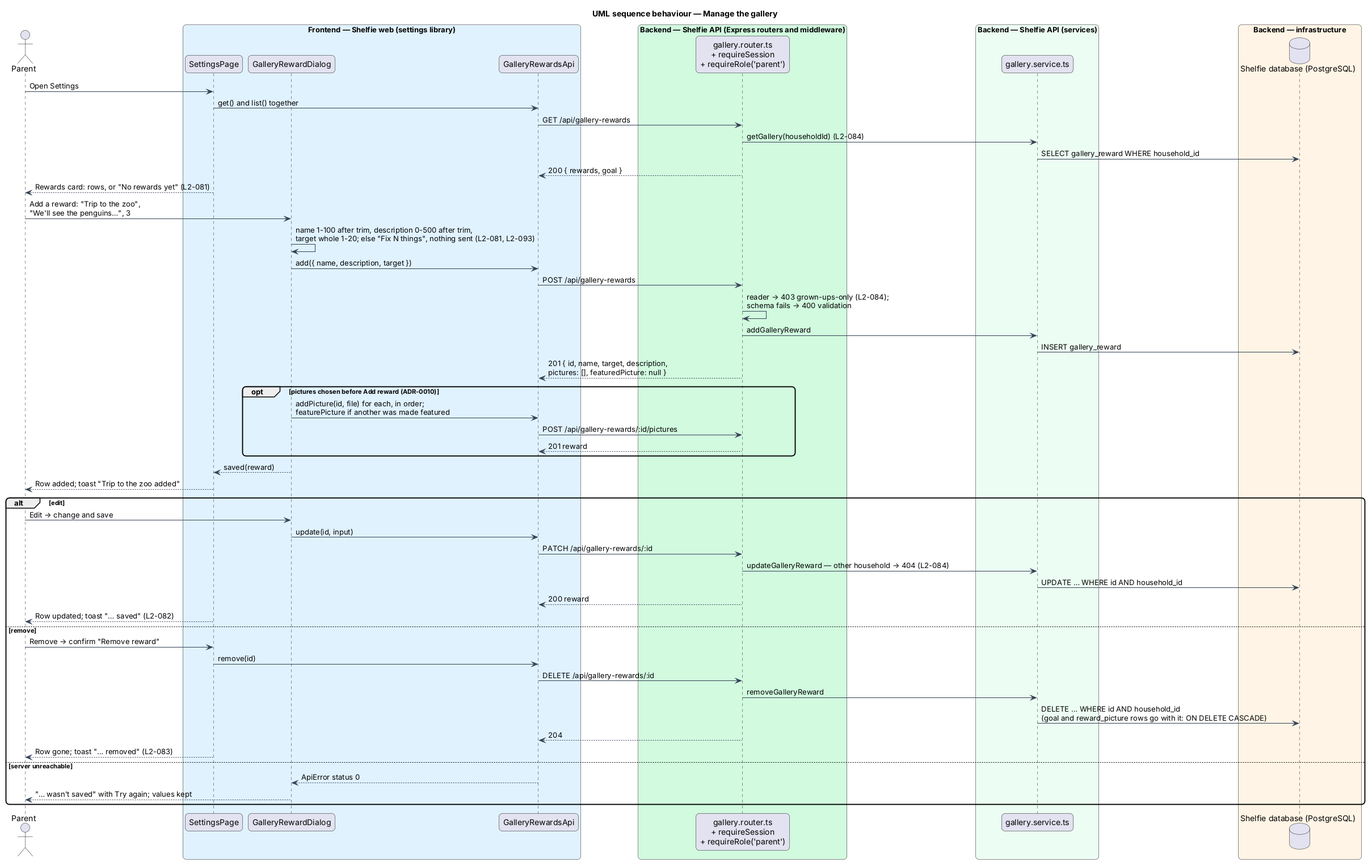
QuinntyneBrown/shelfie keeps this PlantUML diagram as docs/detailed-designs/review/reward-gallery/diagrams/sequence-manage-gallery.png. Above is the earlier version.
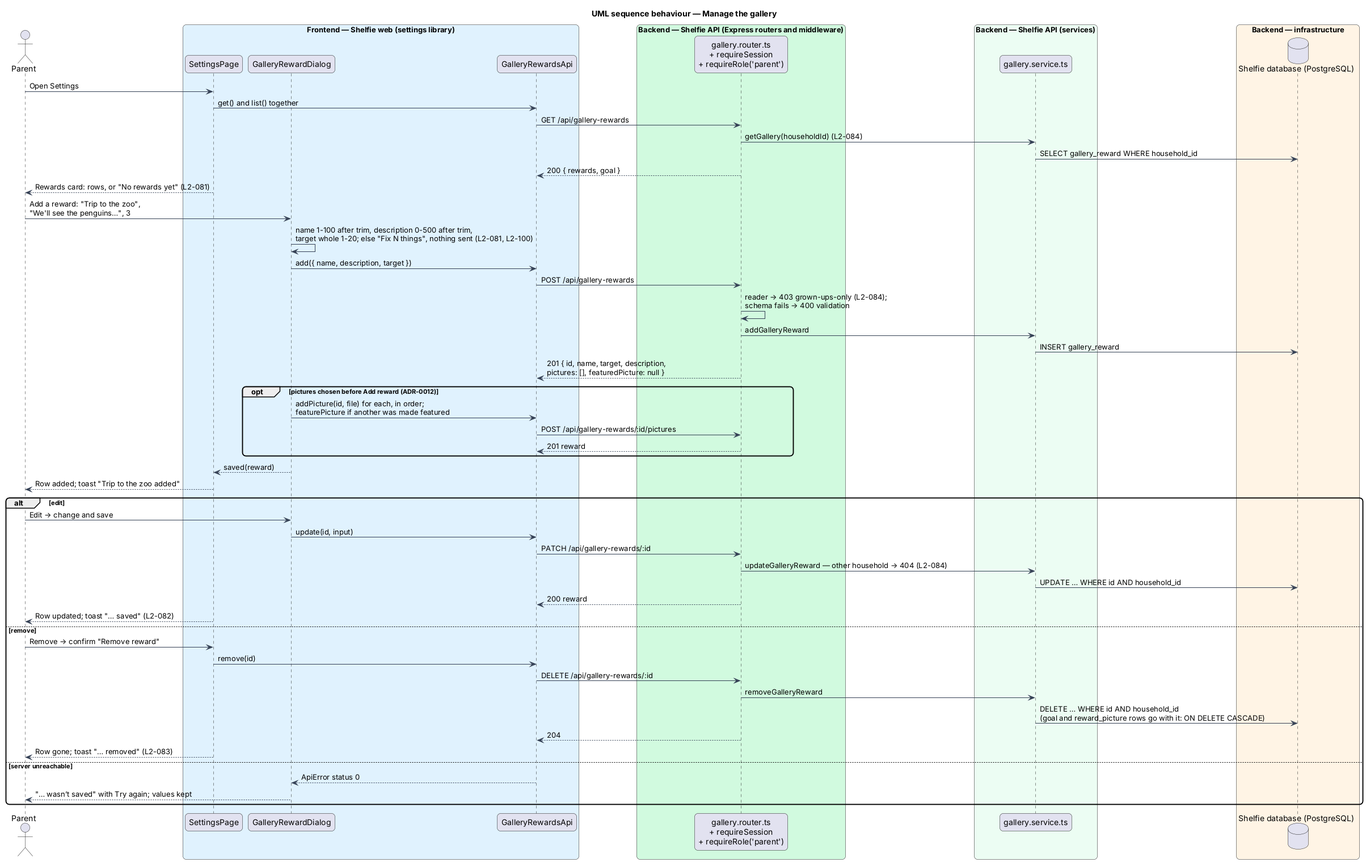
The same diagram one commit later.

Change to the diagram source:
```diff
@@ -29,14 +29,14 @@
 router --> client : 200 { rewards, goal }
 page --> parent : Rewards card: rows, or "No rewards yet" (L2-081)
 parent -> dialog : Add a reward: "Trip to the zoo",\n"We'll see the penguins…", 3
-dialog -> dialog : name 1-100 after trim, description 0-500 after trim,\ntarget whole 1-20; else "Fix N things", nothing sent (L2-081, L2-093)
+dialog -> dialog : name 1-100 after trim, description 0-500 after trim,\ntarget whole 1-20; else "Fix N things", nothing sent (L2-081, L2-100)
 dialog -> client : add({ name, description, target })
 client -> router : POST /api/gallery-rewards
 router -> router : reader → 403 grown-ups-only (L2-084);\nschema fails → 400 validation
 router -> service : addGalleryReward
 service -> db : INSERT gallery_reward
 router --> client : 201 { id, name, target, description,\npictures: [], featuredPicture: null }
-opt pictures chosen before Add reward (ADR-0010)
+opt pictures chosen before Add reward (ADR-0012)
   dialog -> client : addPicture(id, file) for each, in order;\nfeaturePicture if another was made featured
   client -> router : POST /api/gallery-rewards/:id/pictures
   router --> client : 201 reward
```
